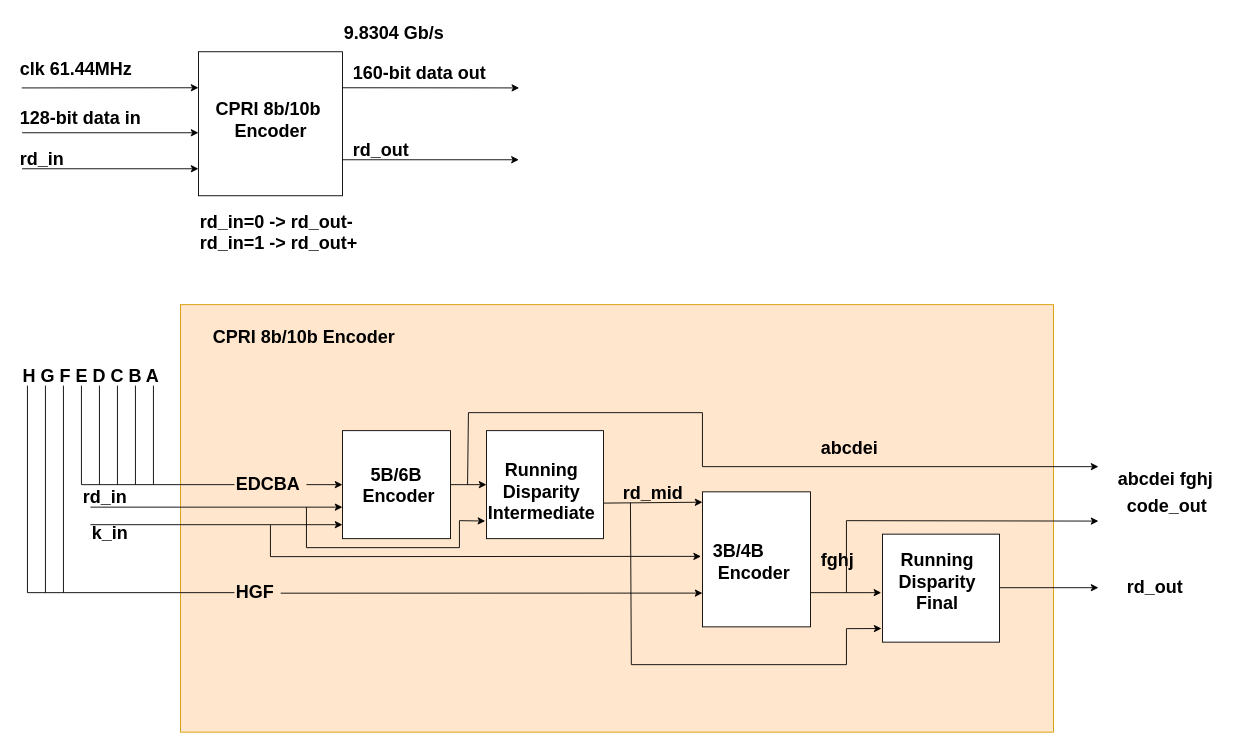
This is CPRI/05_cpri_8b10b/System Architecture/encoder_8b10b.drawio from huynhnguyen107/INTERFACE, a draw.io file, before an edit. Source tidied: cells renumbered, new cells numbered last; positions are measured from the earlier drawing's top-left corner, leaving out a move shared by most shapes. Both pictures are drawn from the tidied source at 90%, with x=0, y=0 at pixel (18, 15).
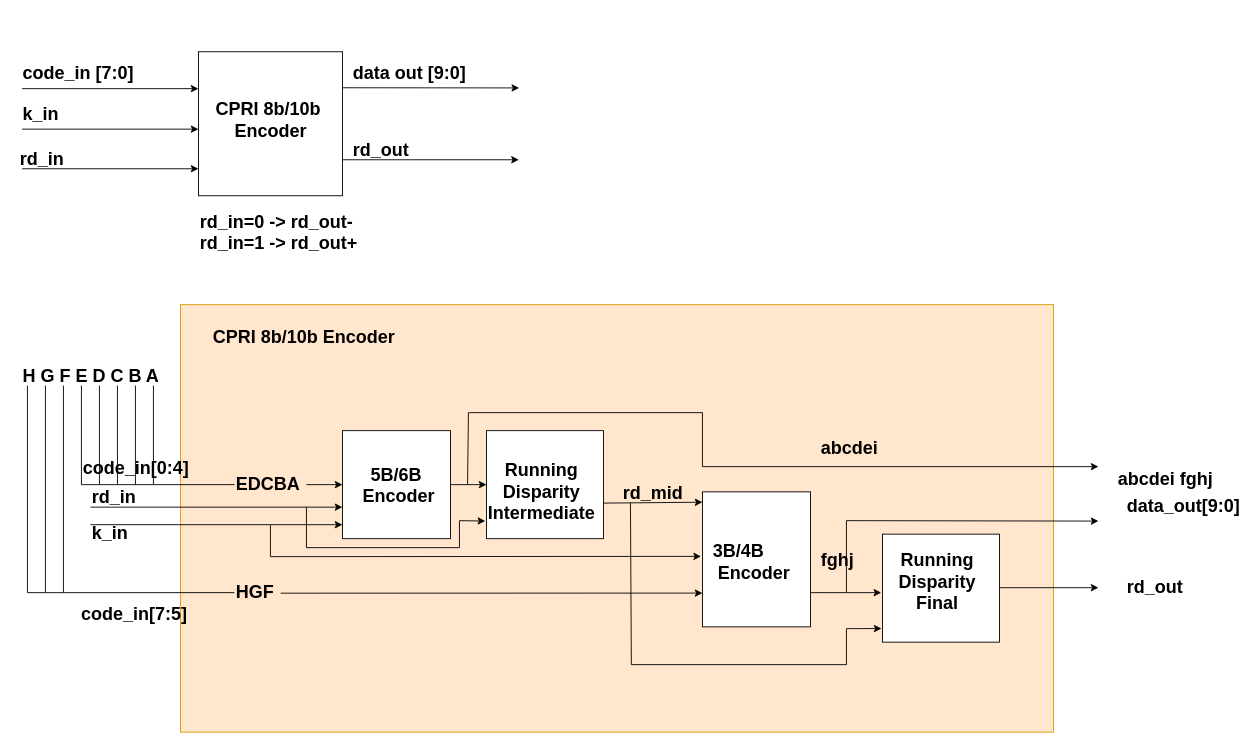
The same diagram, later.

The edit, as a diff of the source:
```diff
@@
-    <mxCell id="5" style="endArrow=classic;html=1;rounded=0;defaultLabelBackgroundColor=page;exitX=0.026;exitY=0.804;exitDx=0;exitDy=0;exitPerimeter=0;" parent="1" edge="1" source="6">
-      <mxGeometry relative="1" as="geometry">
-        <mxPoint x="200" y="80" as="targetPoint" />
-      </mxGeometry>
-    </mxCell>
-    <mxCell id="6" value="&lt;b style=&quot;forced-color-adjust: none; color: rgb(0, 0, 0); font-family: Helvetica; font-size: 12px; font-style: normal; font-variant-ligatures: normal; font-variant-caps: normal; letter-spacing: normal; orphans: 2; text-align: center; text-indent: 0px; text-transform: none; widows: 2; word-spacing: 0px; -webkit-text-stroke-width: 0px; white-space: normal; text-decoration-thickness: initial; text-decoration-style: initial; text-decoration-color: initial;&quot;&gt;&lt;font style=&quot;forced-color-adjust: none; font-size: 20px;&quot;&gt;clk 61.44MHz&lt;/font&gt;&lt;/b&gt;" style="text;whiteSpace=wrap;html=1;" parent="1" vertex="1">
-      <mxGeometry y="40" width="140" height="50" as="geometry" />
-    </mxCell>
     <mxCell id="7" style="endArrow=classic;html=1;rounded=0;defaultLabelBackgroundColor=page;exitX=0.026;exitY=0.804;exitDx=0;exitDy=0;exitPerimeter=0;" parent="1" edge="1">
       <mxGeometry relative="1" as="geometry">
-        <mxPoint x="4" y="130" as="sourcePoint" />
-        <mxPoint x="200" y="130" as="targetPoint" />
+        <mxPoint x="4" y="81" as="sourcePoint" />
+        <mxPoint x="200" y="81" as="targetPoint" />
       </mxGeometry>
     </mxCell>
-    <mxCell id="8" value="&lt;b style=&quot;forced-color-adjust: none; color: rgb(0, 0, 0); font-family: Helvetica; font-size: 12px; font-style: normal; font-variant-ligatures: normal; font-variant-caps: normal; letter-spacing: normal; orphans: 2; text-align: center; text-indent: 0px; text-transform: none; widows: 2; word-spacing: 0px; -webkit-text-stroke-width: 0px; white-space: normal; text-decoration-thickness: initial; text-decoration-style: initial; text-decoration-color: initial;&quot;&gt;&lt;font style=&quot;forced-color-adjust: none; font-size: 20px;&quot;&gt;128-bit data in&lt;/font&gt;&lt;/b&gt;" style="text;whiteSpace=wrap;html=1;" parent="1" vertex="1">
-      <mxGeometry y="95" width="140" height="50" as="geometry" />
+    <mxCell id="8" value="&lt;b style=&quot;forced-color-adjust: none; color: rgb(0, 0, 0); font-family: Helvetica; font-size: 12px; font-style: normal; font-variant-ligatures: normal; font-variant-caps: normal; letter-spacing: normal; orphans: 2; text-align: center; text-indent: 0px; text-transform: none; widows: 2; word-spacing: 0px; -webkit-text-stroke-width: 0px; white-space: normal; text-decoration-thickness: initial; text-decoration-style: initial; text-decoration-color: initial;&quot;&gt;&lt;font style=&quot;forced-color-adjust: none; font-size: 20px;&quot;&gt;code_in [7:0]&lt;/font&gt;&lt;/b&gt;" style="text;whiteSpace=wrap;html=1;" parent="1" vertex="1">
+      <mxGeometry x="3" y="45" width="140" height="50" as="geometry" />
     </mxCell>
@@
-    <mxCell id="10" value="&lt;b style=&quot;forced-color-adjust: none; color: rgb(0, 0, 0); font-family: Helvetica; font-size: 12px; font-style: normal; font-variant-ligatures: normal; font-variant-caps: normal; letter-spacing: normal; orphans: 2; text-align: center; text-indent: 0px; text-transform: none; widows: 2; word-spacing: 0px; -webkit-text-stroke-width: 0px; white-space: normal; text-decoration-thickness: initial; text-decoration-style: initial; text-decoration-color: initial;&quot;&gt;&lt;font style=&quot;forced-color-adjust: none; font-size: 20px;&quot;&gt;160-bit data out&lt;/font&gt;&lt;/b&gt;" style="text;whiteSpace=wrap;html=1;" parent="1" vertex="1">
+    <mxCell id="10" value="&lt;b style=&quot;forced-color-adjust: none; color: rgb(0, 0, 0); font-family: Helvetica; font-size: 12px; font-style: normal; font-variant-ligatures: normal; font-variant-caps: normal; letter-spacing: normal; orphans: 2; text-align: center; text-indent: 0px; text-transform: none; widows: 2; word-spacing: 0px; -webkit-text-stroke-width: 0px; white-space: normal; text-decoration-thickness: initial; text-decoration-style: initial; text-decoration-color: initial;&quot;&gt;&lt;font style=&quot;forced-color-adjust: none; font-size: 20px;&quot;&gt;data out [9:0]&lt;/font&gt;&lt;/b&gt;" style="text;whiteSpace=wrap;html=1;" parent="1" vertex="1">
       <mxGeometry x="370" y="45" width="215" height="50" as="geometry" />
     </mxCell>
-    <mxCell id="11" value="&lt;b style=&quot;forced-color-adjust: none; color: rgb(0, 0, 0); font-family: Helvetica; font-size: 12px; font-style: normal; font-variant-ligatures: normal; font-variant-caps: normal; letter-spacing: normal; orphans: 2; text-align: center; text-indent: 0px; text-transform: none; widows: 2; word-spacing: 0px; -webkit-text-stroke-width: 0px; white-space: normal; text-decoration-thickness: initial; text-decoration-style: initial; text-decoration-color: initial;&quot;&gt;&lt;font style=&quot;forced-color-adjust: none; font-size: 20px;&quot;&gt;9.8304 Gb/s&lt;/font&gt;&lt;/b&gt;" style="text;whiteSpace=wrap;html=1;" parent="1" vertex="1">
-      <mxGeometry x="360" width="215" height="50" as="geometry" />
-    </mxCell>
@@
-    <mxCell id="41" value="&lt;div style=&quot;text-align: center;&quot;&gt;&lt;span style=&quot;background-color: transparent; color: light-dark(#000000, var(--ge-light-color, #ffffff)); font-size: 20px;&quot;&gt;&lt;b&gt;code_out&lt;/b&gt;&lt;/span&gt;&lt;/div&gt;" style="text;whiteSpace=wrap;html=1;" parent="1" vertex="1">
+    <mxCell id="41" value="&lt;div style=&quot;text-align: center;&quot;&gt;&lt;span style=&quot;background-color: transparent; color: light-dark(#000000, var(--ge-light-color, #ffffff)); font-size: 20px;&quot;&gt;&lt;b&gt;data_out[9:0]&lt;/b&gt;&lt;/span&gt;&lt;/div&gt;" style="text;whiteSpace=wrap;html=1;" parent="1" vertex="1">
       <mxGeometry x="1230" y="526" width="80" height="30" as="geometry" />
     </mxCell>
@@
-    <mxCell id="53" value="&lt;b style=&quot;forced-color-adjust: none; color: rgb(0, 0, 0); font-family: Helvetica; font-size: 20px; font-style: normal; font-variant-ligatures: normal; font-variant-caps: normal; letter-spacing: normal; orphans: 2; text-align: center; text-indent: 0px; text-transform: none; widows: 2; word-spacing: 0px; -webkit-text-stroke-width: 0px; white-space: normal; text-decoration-thickness: initial; text-decoration-style: initial; text-decoration-color: initial;&quot;&gt;rd_in&lt;/b&gt;" style="text;whiteSpace=wrap;html=1;" parent="1" vertex="1">
-      <mxGeometry x="70" y="516" width="60" height="20" as="geometry" />
+    <mxCell id="53" value="&lt;b style=&quot;forced-color-adjust: none; color: rgb(0, 0, 0); font-family: Helvetica; font-size: 20px; font-style: normal; font-variant-ligatures: normal; font-variant-caps: normal; letter-spacing: normal; orphans: 2; text-align: center; text-indent: 0px; text-transform: none; widows: 2; word-spacing: 0px; -webkit-text-stroke-width: 0px; white-space: normal; text-decoration-thickness: initial; text-decoration-style: initial; text-decoration-color: initial;&quot;&gt;code_in[0:4]&lt;/b&gt;" style="text;whiteSpace=wrap;html=1;" parent="1" vertex="1">
+      <mxGeometry x="70" y="484" width="60" height="20" as="geometry" />
     </mxCell>
@@
+    <mxCell id="60" style="endArrow=classic;html=1;rounded=0;defaultLabelBackgroundColor=page;exitX=0.026;exitY=0.804;exitDx=0;exitDy=0;exitPerimeter=0;" parent="1" edge="1">
+      <mxGeometry relative="1" as="geometry">
+        <mxPoint x="4" y="126" as="sourcePoint" />
+        <mxPoint x="200" y="126" as="targetPoint" />
+      </mxGeometry>
+    </mxCell>
+    <mxCell id="61" value="&lt;b style=&quot;forced-color-adjust: none; color: rgb(0, 0, 0); font-family: Helvetica; font-size: 12px; font-style: normal; font-variant-ligatures: normal; font-variant-caps: normal; letter-spacing: normal; orphans: 2; text-align: center; text-indent: 0px; text-transform: none; widows: 2; word-spacing: 0px; -webkit-text-stroke-width: 0px; white-space: normal; text-decoration-thickness: initial; text-decoration-style: initial; text-decoration-color: initial;&quot;&gt;&lt;font style=&quot;forced-color-adjust: none; font-size: 20px;&quot;&gt;k_in&lt;/font&gt;&lt;/b&gt;" style="text;whiteSpace=wrap;html=1;" parent="1" vertex="1">
+      <mxGeometry x="3" y="90" width="140" height="50" as="geometry" />
+    </mxCell>
+    <mxCell id="62" value="&lt;b style=&quot;forced-color-adjust: none; color: light-dark(rgb(0, 0, 0), rgb(237, 237, 237)); font-family: Helvetica; font-style: normal; font-variant-ligatures: normal; font-variant-caps: normal; letter-spacing: normal; orphans: 2; text-indent: 0px; text-transform: none; widows: 2; word-spacing: 0px; -webkit-text-stroke-width: 0px; white-space: normal; text-decoration-thickness: initial; text-decoration-style: initial; text-decoration-color: initial; font-size: 20px; text-align: center;&quot;&gt;code_in[7:5]&lt;/b&gt;" style="text;whiteSpace=wrap;html=1;" parent="1" vertex="1">
+      <mxGeometry x="68" y="646" width="150" height="50" as="geometry" />
+    </mxCell>
+    <mxCell id="63" value="&lt;b style=&quot;forced-color-adjust: none; color: rgb(0, 0, 0); font-family: Helvetica; font-size: 20px; font-style: normal; font-variant-ligatures: normal; font-variant-caps: normal; letter-spacing: normal; orphans: 2; text-align: center; text-indent: 0px; text-transform: none; widows: 2; word-spacing: 0px; -webkit-text-stroke-width: 0px; white-space: normal; text-decoration-thickness: initial; text-decoration-style: initial; text-decoration-color: initial;&quot;&gt;rd_in&lt;/b&gt;" style="text;whiteSpace=wrap;html=1;" parent="1" vertex="1">
+      <mxGeometry x="80" y="516" width="60" height="20" as="geometry" />
+    </mxCell>
```
